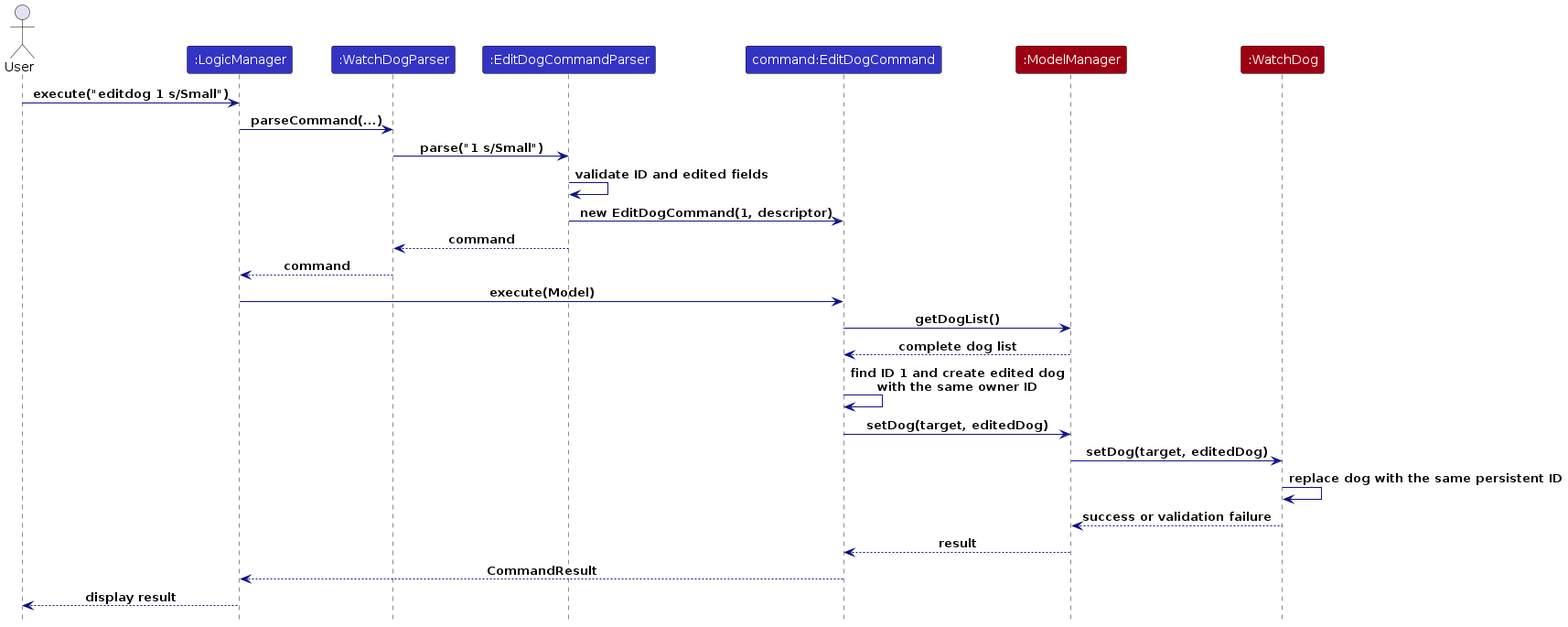
The PlantUML diagram diagrams/EditDogSequenceDiagram.png in AY2627S1-CS2103T-T15-4/tp, before a commit. Its source is kept beside it as diagrams/EditDogSequenceDiagram.puml.
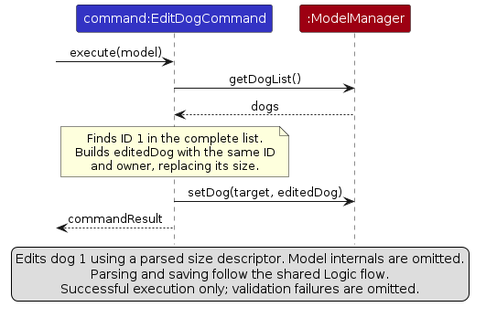
Later version of the same file.

What changed in the source:
```diff
@@ -1,31 +1,26 @@
 @startuml
 !include style.puml
-skinparam arrowColor LOGIC_COLOR_T4
+skinparam ArrowFontStyle plain
+skinparam ParticipantFontColor #FFFFFF
+skinparam maxMessageSize 180
 
-actor User
-participant ":LogicManager" as Logic LOGIC_COLOR
-participant ":WatchDogParser" as Router LOGIC_COLOR
-participant ":EditDogCommandParser" as Parser LOGIC_COLOR
 participant "command:EditDogCommand" as Command LOGIC_COLOR
 participant ":ModelManager" as Model MODEL_COLOR
-participant ":WatchDog" as Book MODEL_COLOR
 
-User -> Logic : execute("editdog 1 s/Small")
-Logic -> Router : parseCommand(...)
-Router -> Parser : parse("1 s/Small")
-Parser -> Parser : validate ID and edited fields
-Parser -> Command : new EditDogCommand(1, descriptor)
-Parser --> Router : command
-Router --> Logic : command
-Logic -> Command : execute(Model)
+[-> Command : execute(model)
 Command -> Model : getDogList()
-Model --> Command : complete dog list
-Command -> Command : find ID 1 and create edited dog\nwith the same owner ID
+Model --> Command : dogs
+note over Command
+  Finds ID 1 in the complete list.
+  Builds editedDog with the same ID
+  and owner, replacing its size.
+end note
 Command -> Model : setDog(target, editedDog)
-Model -> Book : setDog(target, editedDog)
-Book -> Book : replace dog with the same persistent ID
-Book --> Model : success or validation failure
-Model --> Command : result
-Command --> Logic : CommandResult
-Logic --> User : display result
+[<-- Command : commandResult
+
+legend bottom
+  Edits dog 1 using a parsed size descriptor. Model internals are omitted.
+  Parsing and saving follow the shared Logic flow.
+  Successful execution only; validation failures are omitted.
+endlegend
 @enduml
```
